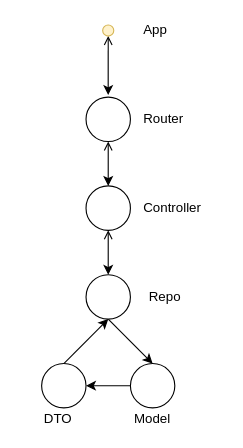
lutonda/lizabox-js keeps this draw.io diagram as page "App Architecture" (4 of 4) of data/diagram.drawio. Above is the earlier version. Source tidied: cells renumbered, new cells numbered last; positions are measured from the earlier drawing's top-left corner, leaving out a move shared by most shapes. Both pictures are drawn from the tidied source at 111%, with x=0, y=0 at pixel (19, 19).
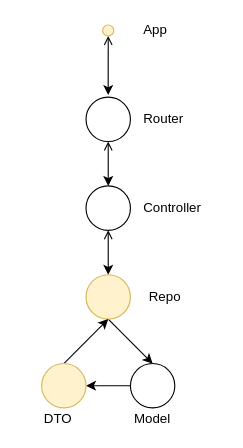
The same page after the edit.

Diff of the diagram source:
```diff
@@
 <mxGraphModel>
   <root>
     <mxCell id="0" />
     <mxCell id="1" parent="0" />
     <mxCell id="2" style="edgeStyle=orthogonalEdgeStyle;rounded=0;jettySize=auto;html=1;exitX=0.5;exitY=1;exitDx=0;exitDy=0;entryX=0.499;entryY=-0.047;entryDx=0;entryDy=0;entryPerimeter=0;startArrow=open;startFill=0;" parent="1" edge="1" source="3" target="5">
       <mxGeometry relative="1" as="geometry" />
     </mxCell>
     <mxCell id="3" style="ellipse;whiteSpace=wrap;html=1;fillColor=#fff2cc;strokeColor=#d6b656;" parent="1" vertex="1">
       <mxGeometry x="75" y="5" width="10" height="10" as="geometry" />
     </mxCell>
     <mxCell id="4" style="edgeStyle=orthogonalEdgeStyle;rounded=0;jettySize=auto;html=1;entryX=0.5;entryY=0;entryDx=0;entryDy=0;startArrow=open;startFill=0;" parent="1" edge="1" source="5" target="7">
       <mxGeometry relative="1" as="geometry" />
     </mxCell>
     <mxCell id="5" style="ellipse;whiteSpace=wrap;html=1;" parent="1" vertex="1">
       <mxGeometry x="60" y="70" width="40" height="40" as="geometry" />
     </mxCell>
     <mxCell id="6" style="edgeStyle=orthogonalEdgeStyle;rounded=0;jettySize=auto;html=1;entryX=0.5;entryY=0;entryDx=0;entryDy=0;startArrow=open;startFill=0;" parent="1" edge="1" source="7" target="9">
       <mxGeometry relative="1" as="geometry" />
     </mxCell>
     <mxCell id="7" style="ellipse;whiteSpace=wrap;html=1;" parent="1" vertex="1">
       <mxGeometry x="60" y="150" width="40" height="40" as="geometry" />
     </mxCell>
     <mxCell id="8" style="rounded=0;jettySize=auto;html=1;exitX=0.5;exitY=1;exitDx=0;exitDy=0;entryX=0.5;entryY=0;entryDx=0;entryDy=0;startArrow=none;startFill=0;" parent="1" edge="1" source="9" target="14">
       <mxGeometry relative="1" as="geometry" />
     </mxCell>
-    <mxCell id="9" style="ellipse;whiteSpace=wrap;html=1;" parent="1" vertex="1">
+    <mxCell id="9" style="ellipse;whiteSpace=wrap;html=1;fillColor=#fff2cc;strokeColor=#d6b656;" parent="1" vertex="1">
       <mxGeometry x="60" y="230" width="40" height="40" as="geometry" />
     </mxCell>
     <mxCell id="10" value="App" style="text;html=1;strokeColor=none;fillColor=none;align=left;verticalAlign=middle;whiteSpace=wrap;rounded=0;" parent="1" vertex="1">
       <mxGeometry x="110" width="40" height="20" as="geometry" />
     </mxCell>
     <mxCell id="11" value="Router" style="text;html=1;strokeColor=none;fillColor=none;align=left;verticalAlign=middle;whiteSpace=wrap;rounded=0;" parent="1" vertex="1">
       <mxGeometry x="110" y="80" width="40" height="20" as="geometry" />
     </mxCell>
     <mxCell id="12" value="Controller" style="text;html=1;strokeColor=none;fillColor=none;align=left;verticalAlign=middle;whiteSpace=wrap;rounded=0;" parent="1" vertex="1">
       <mxGeometry x="110" y="160" width="70" height="20" as="geometry" />
     </mxCell>
     <mxCell id="13" style="edgeStyle=none;rounded=0;jettySize=auto;html=1;entryX=1;entryY=0.5;entryDx=0;entryDy=0;startArrow=none;startFill=0;" parent="1" edge="1" source="14" target="18">
       <mxGeometry relative="1" as="geometry" />
     </mxCell>
     <mxCell id="14" style="ellipse;whiteSpace=wrap;html=1;" parent="1" vertex="1">
       <mxGeometry x="100" y="310" width="40" height="40" as="geometry" />
     </mxCell>
     <mxCell id="15" value="Repo" style="text;html=1;strokeColor=none;fillColor=none;align=left;verticalAlign=middle;whiteSpace=wrap;rounded=0;" parent="1" vertex="1">
       <mxGeometry x="115" y="240" width="70" height="20" as="geometry" />
     </mxCell>
     <mxCell id="16" value="DTO" style="text;html=1;strokeColor=none;fillColor=none;align=center;verticalAlign=middle;whiteSpace=wrap;rounded=0;" parent="1" vertex="1">
       <mxGeometry y="350" width="70" height="20" as="geometry" />
     </mxCell>
     <mxCell id="17" style="edgeStyle=none;rounded=0;jettySize=auto;html=1;exitX=0.5;exitY=0;exitDx=0;exitDy=0;entryX=0.5;entryY=1;entryDx=0;entryDy=0;startArrow=none;startFill=0;" parent="1" edge="1" source="18" target="9">
       <mxGeometry relative="1" as="geometry" />
     </mxCell>
-    <mxCell id="18" style="ellipse;whiteSpace=wrap;html=1;" parent="1" vertex="1">
+    <mxCell id="18" style="ellipse;whiteSpace=wrap;html=1;fillColor=#fff2cc;strokeColor=#d6b656;" parent="1" vertex="1">
       <mxGeometry x="20" y="310" width="40" height="40" as="geometry" />
     </mxCell>
     <mxCell id="19" value="Model" style="text;html=1;strokeColor=none;fillColor=none;align=center;verticalAlign=middle;whiteSpace=wrap;rounded=0;" parent="1" vertex="1">
       <mxGeometry x="85" y="350" width="70" height="20" as="geometry" />
     </mxCell>
   </root>
 </mxGraphModel>
```
